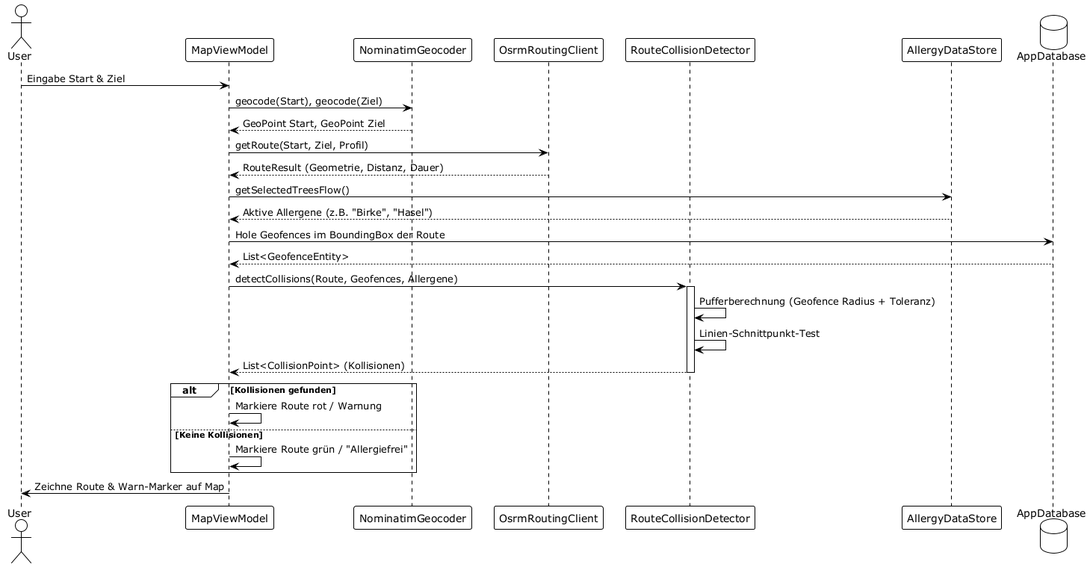
matthili/BaumRadar keeps this PlantUML diagram as docs/architecture/04_routing_collision.png. Above is the earlier version.
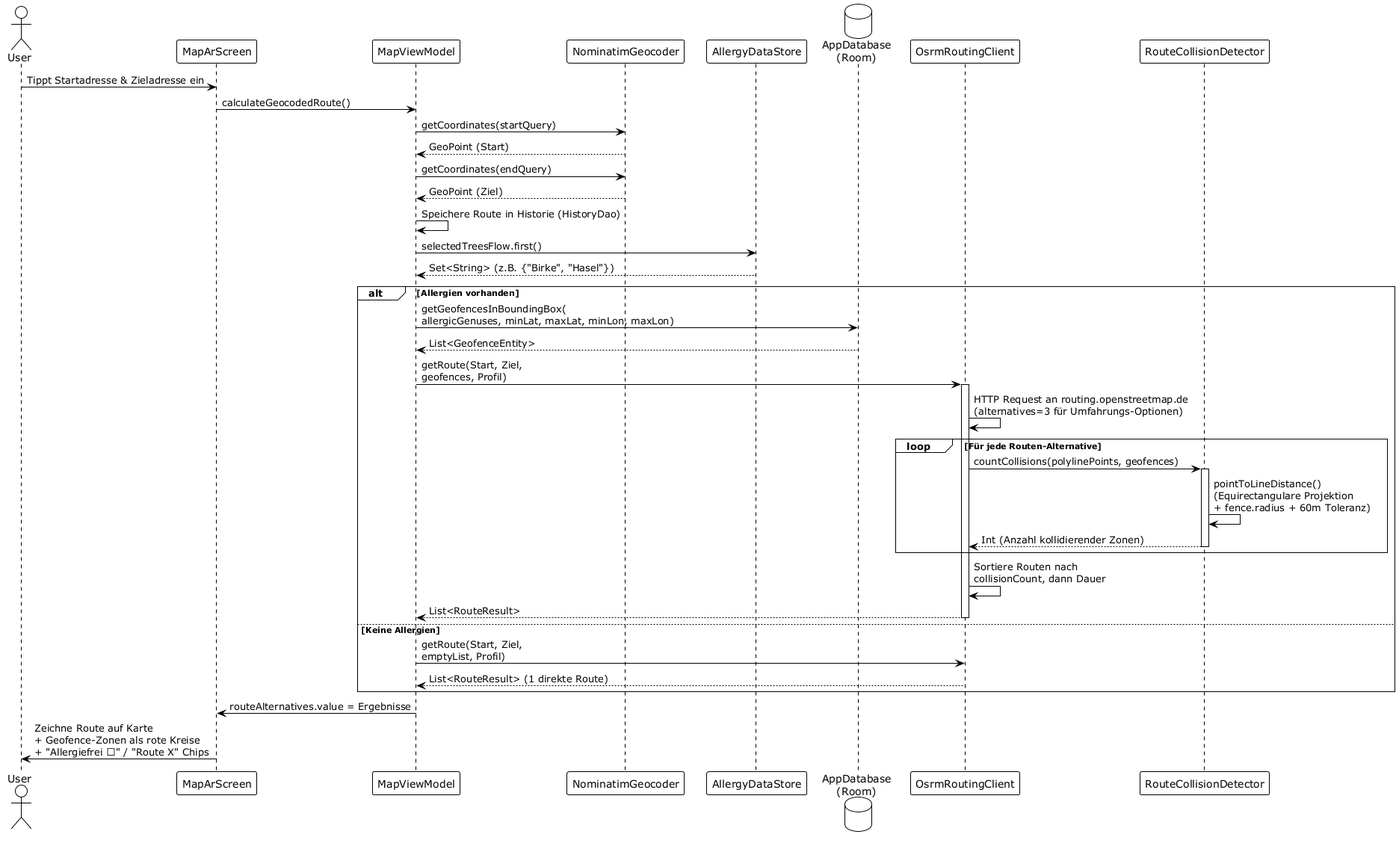
Later version of the same file.

Diff of the diagram source:
```diff
@@ -1,38 +1,51 @@
 @startuml
 !theme plain
 actor User
+participant "MapArScreen" as Screen
 participant "MapViewModel" as ViewModel
 participant "NominatimGeocoder" as Geocoder
+participant "AllergyDataStore" as DataStore
+database "AppDatabase\n(Room)" as DB
 participant "OsrmRoutingClient" as Router
 participant "RouteCollisionDetector" as Collision
-participant "AllergyDataStore" as DataStore
-database "AppDatabase" as DB
 
-User -> ViewModel : Eingabe Start & Ziel
-ViewModel -> Geocoder : geocode(Start), geocode(Ziel)
-Geocoder --> ViewModel : GeoPoint Start, GeoPoint Ziel
+User -> Screen : Tippt Startadresse & Zieladresse ein
+Screen -> ViewModel : calculateGeocodedRoute()
+ViewModel -> Geocoder : getCoordinates(startQuery)
+Geocoder --> ViewModel : GeoPoint (Start)
+ViewModel -> Geocoder : getCoordinates(endQuery)
+Geocoder --> ViewModel : GeoPoint (Ziel)
 
-ViewModel -> Router : getRoute(Start, Ziel, Profil)
-Router --> ViewModel : RouteResult (Geometrie, Distanz, Dauer)
+ViewModel -> ViewModel : Speichere Route in Historie (HistoryDao)
 
-ViewModel -> DataStore : getSelectedTreesFlow()
-DataStore --> ViewModel : Aktive Allergene (z.B. "Birke", "Hasel")
+ViewModel -> DataStore : selectedTreesFlow.first()
+DataStore --> ViewModel : Set<String> (z.B. {"Birke", "Hasel"})
 
-ViewModel -> DB : Hole Geofences im BoundingBox der Route
-DB --> ViewModel : List<GeofenceEntity>
+alt Allergien vorhanden
+  ViewModel -> DB : getGeofencesInBoundingBox(\nallergicGenuses, minLat, maxLat, minLon, maxLon)
+  DB --> ViewModel : List<GeofenceEntity>
+  ViewModel -> Router : getRoute(Start, Ziel,\ngeofences, Profil)
+  activate Router
 
-ViewModel -> Collision : detectCollisions(Route, Geofences, Allergene)
-activate Collision
-Collision -> Collision : Pufferberechnung (Geofence Radius + Toleranz)
-Collision -> Collision : Linien-Schnittpunkt-Test
-Collision --> ViewModel : List<CollisionPoint> (Kollisionen)
-deactivate Collision
+  Router -> Router : HTTP Request an routing.openstreetmap.de\n(alternatives=3 für Umfahrungs-Optionen)
 
-alt Kollisionen gefunden
-  ViewModel -> ViewModel : Markiere Route rot / Warnung
-else Keine Kollisionen
-  ViewModel -> ViewModel : Markiere Route grün / "Allergiefrei"
+  loop Für jede Routen-Alternative
+    Router -> Collision : countCollisions(polylinePoints, geofences)
+    activate Collision
+    Collision -> Collision : pointToLineDistance()\n(Equirectangulare Projektion\n+ fence.radius + 60m Toleranz)
+    Collision --> Router : Int (Anzahl kollidierender Zonen)
+    deactivate Collision
+  end
+
+  Router -> Router : Sortiere Routen nach\ncollisionCount, dann Dauer
+  Router --> ViewModel : List<RouteResult>
+  deactivate Router
+else Keine Allergien
+  ViewModel -> Router : getRoute(Start, Ziel,\nemptyList, Profil)
+  Router --> ViewModel : List<RouteResult> (1 direkte Route)
 end
 
-ViewModel -> User : Zeichne Route & Warn-Marker auf Map
+ViewModel -> Screen : routeAlternatives.value = Ergebnisse
+
+Screen -> User : Zeichne Route auf Karte\n+ Geofence-Zonen als rote Kreise\n+ "Allergiefrei 🟢" / "Route X" Chips
 @enduml
```
